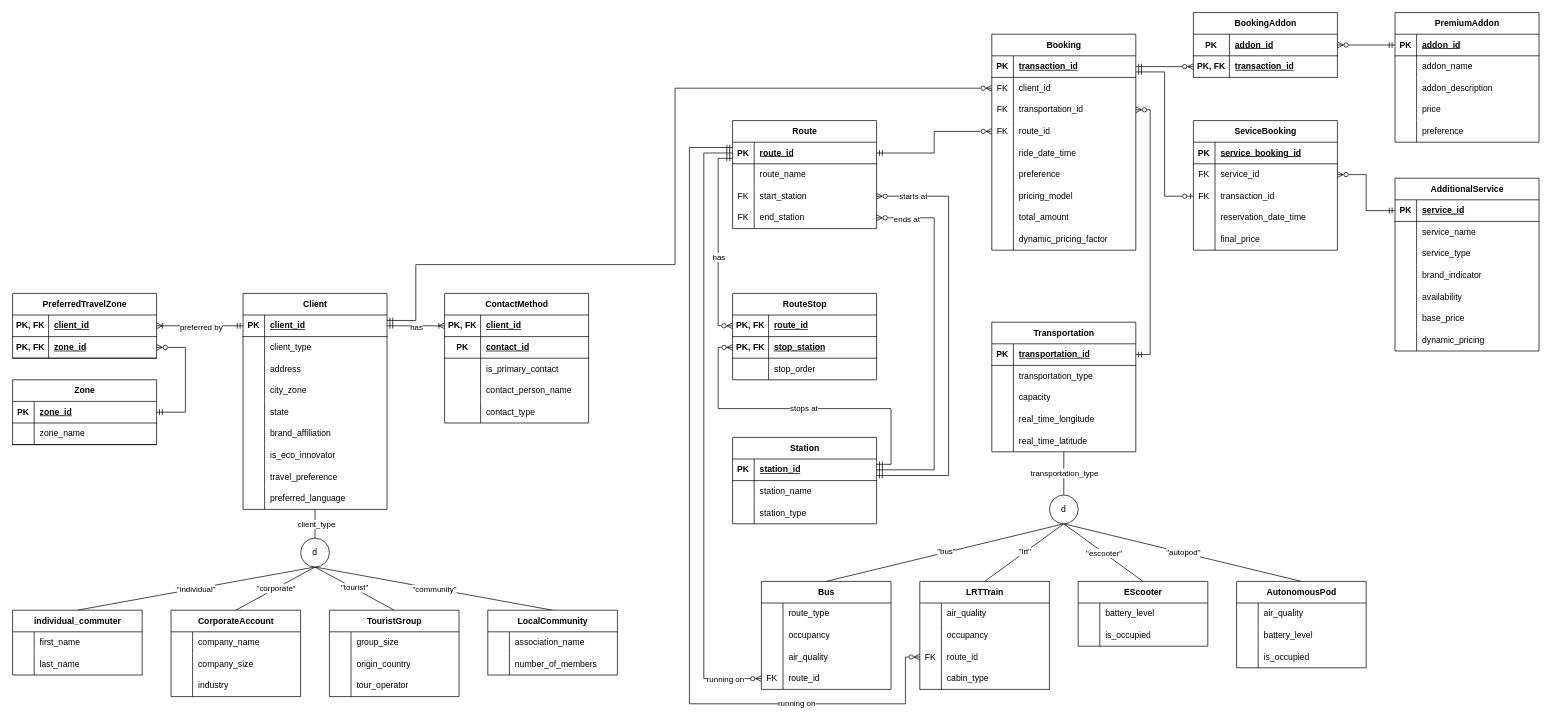
Above: GROUP_ASSIGNMENT.drawio in melvinchia3636/erd (draw.io), before the change. Source tidied: cells renumbered, new cells numbered last; positions are measured from the earlier drawing's top-left corner, leaving out a move shared by most shapes. Both pictures are drawn from the tidied source at 72%, with x=0, y=0 at pixel (12, 12).
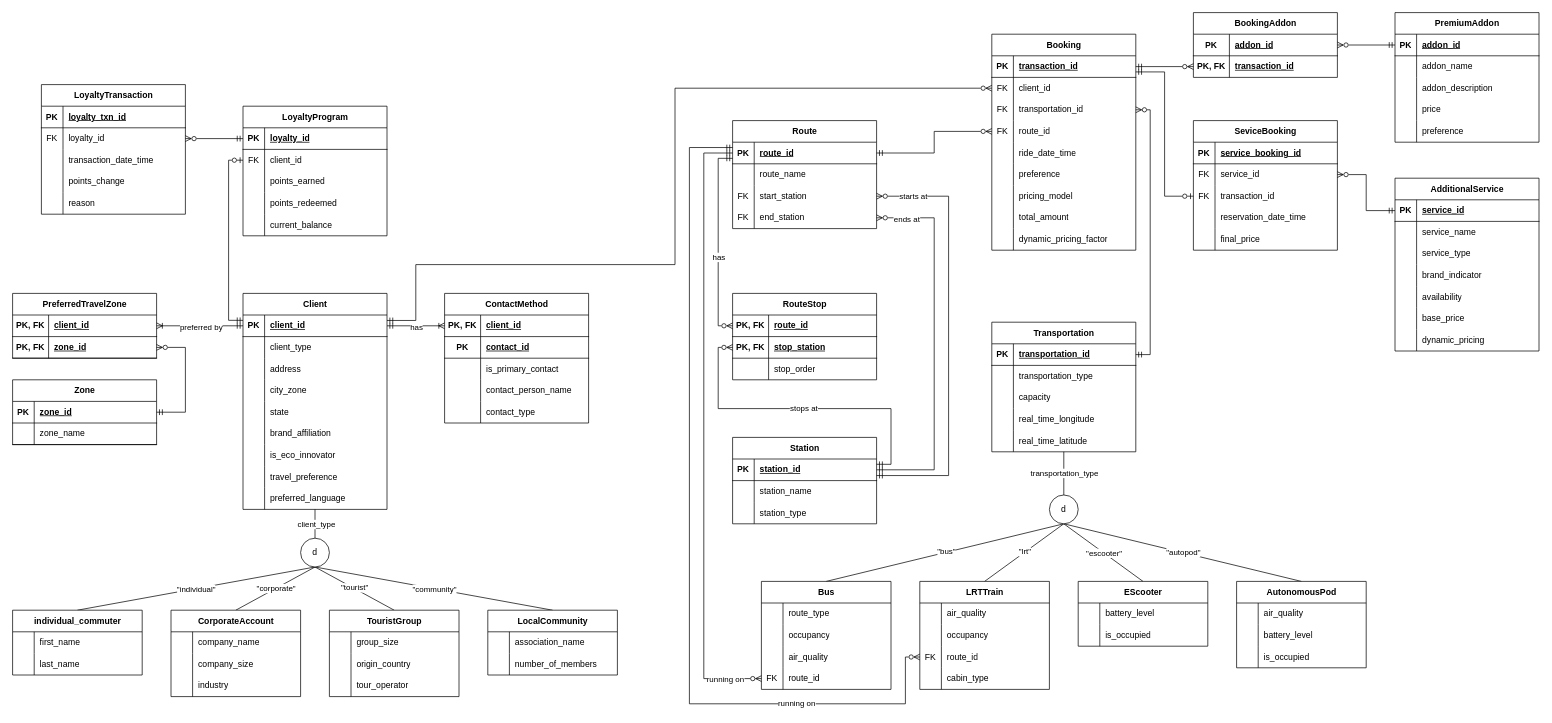
After the change.

Unchanged cells that the change refers to:
```xml
<mxCell id="5" style="shape=tableRow;horizontal=0;startSize=0;swimlaneHead=0;swimlaneBody=0;fillColor=none;points=[[0,0.5],[1,0.5]];portConstraint=eastwest;top=0;left=0;right=0;bottom=1;" parent="4" vertex="1">
  <mxGeometry y="30" width="200" height="30" as="geometry" />
</mxCell>
```

What changed in the source:
```diff
@@
+    <mxCell id="321" value="LoyaltyProgram" style="shape=table;startSize=30;childLayout=tableLayout;rowLines=0;fontStyle=1;align=center;html=1;" parent="1" vertex="1">
+      <mxGeometry x="320" y="130" width="200" height="180" as="geometry" />
+    </mxCell>
+    <mxCell id="322" style="shape=tableRow;horizontal=0;startSize=0;swimlaneHead=0;swimlaneBody=0;fillColor=none;points=[[0,0.5],[1,0.5]];portConstraint=eastwest;top=0;left=0;right=0;bottom=1;" parent="321" vertex="1">
+      <mxGeometry y="30" width="200" height="30" as="geometry" />
+    </mxCell>
+    <mxCell id="323" value="PK" style="shape=partialRectangle;fillColor=none;top=0;left=0;bottom=0;right=0;fontStyle=1;overflow=hidden;whiteSpace=wrap;html=1;" parent="322" vertex="1">
+      <mxGeometry width="30" height="30" as="geometry" />
+    </mxCell>
+    <mxCell id="324" value="loyalty_id" style="shape=partialRectangle;fillColor=none;top=0;left=0;bottom=0;right=0;align=left;spacingLeft=6;fontStyle=5;overflow=hidden;whiteSpace=wrap;html=1;" parent="322" vertex="1">
+      <mxGeometry x="30" width="170" height="30" as="geometry" />
+    </mxCell>
+    <mxCell id="325" style="shape=tableRow;horizontal=0;startSize=0;swimlaneHead=0;swimlaneBody=0;fillColor=none;points=[[0,0.5],[1,0.5]];portConstraint=eastwest;top=0;left=0;right=0;bottom=0;" parent="321" vertex="1">
+      <mxGeometry y="60" width="200" height="30" as="geometry" />
+    </mxCell>
+    <mxCell id="326" value="FK" style="shape=partialRectangle;fillColor=none;top=0;left=0;bottom=0;right=0;overflow=hidden;whiteSpace=wrap;html=1;" parent="325" vertex="1">
+      <mxGeometry width="30" height="30" as="geometry" />
+    </mxCell>
+    <mxCell id="327" value="client_id" style="shape=partialRectangle;fillColor=none;top=0;left=0;bottom=0;right=0;align=left;spacingLeft=6;overflow=hidden;whiteSpace=wrap;html=1;" parent="325" vertex="1">
+      <mxGeometry x="30" width="170" height="30" as="geometry" />
+    </mxCell>
+    <mxCell id="328" style="shape=tableRow;horizontal=0;startSize=0;swimlaneHead=0;swimlaneBody=0;fillColor=none;top=0;left=0;right=0;bottom=0;" parent="321" vertex="1">
+      <mxGeometry y="90" width="200" height="30" as="geometry" />
+    </mxCell>
+    <mxCell id="329" style="shape=partialRectangle;fillColor=none;top=0;left=0;bottom=0;right=0;overflow=hidden;whiteSpace=wrap;html=1;" parent="328" vertex="1">
+      <mxGeometry width="30" height="30" as="geometry" />
+    </mxCell>
+    <mxCell id="330" value="points_earned" style="shape=partialRectangle;fillColor=none;top=0;left=0;bottom=0;right=0;align=left;spacingLeft=6;overflow=hidden;whiteSpace=wrap;html=1;" parent="328" vertex="1">
+      <mxGeometry x="30" width="170" height="30" as="geometry" />
+    </mxCell>
+    <mxCell id="331" style="shape=tableRow;horizontal=0;startSize=0;swimlaneHead=0;swimlaneBody=0;fillColor=none;top=0;left=0;right=0;bottom=0;" parent="321" vertex="1">
+      <mxGeometry y="120" width="200" height="30" as="geometry" />
+    </mxCell>
+    <mxCell id="332" style="shape=partialRectangle;fillColor=none;top=0;left=0;bottom=0;right=0;overflow=hidden;whiteSpace=wrap;html=1;" parent="331" vertex="1">
+      <mxGeometry width="30" height="30" as="geometry" />
+    </mxCell>
+    <mxCell id="333" value="points_redeemed" style="shape=partialRectangle;fillColor=none;top=0;left=0;bottom=0;right=0;align=left;spacingLeft=6;overflow=hidden;whiteSpace=wrap;html=1;" parent="331" vertex="1">
+      <mxGeometry x="30" width="170" height="30" as="geometry" />
+    </mxCell>
+    <mxCell id="334" style="shape=tableRow;horizontal=0;startSize=0;swimlaneHead=0;swimlaneBody=0;fillColor=none;top=0;left=0;right=0;bottom=0;" parent="321" vertex="1">
+      <mxGeometry y="150" width="200" height="30" as="geometry" />
+    </mxCell>
+    <mxCell id="335" style="shape=partialRectangle;fillColor=none;top=0;left=0;bottom=0;right=0;overflow=hidden;whiteSpace=wrap;html=1;" parent="334" vertex="1">
+      <mxGeometry width="30" height="30" as="geometry" />
+    </mxCell>
+    <mxCell id="336" value="current_balance" style="shape=partialRectangle;fillColor=none;top=0;left=0;bottom=0;right=0;align=left;spacingLeft=6;overflow=hidden;whiteSpace=wrap;html=1;" parent="334" vertex="1">
+      <mxGeometry x="30" width="170" height="30" as="geometry" />
+    </mxCell>
+    <mxCell id="337" value="LoyaltyTransaction" style="shape=table;startSize=30;childLayout=tableLayout;rowLines=0;fontStyle=1;align=center;html=1;" parent="1" vertex="1">
+      <mxGeometry x="40" y="100" width="200" height="180" as="geometry" />
+    </mxCell>
+    <mxCell id="338" style="shape=tableRow;horizontal=0;startSize=0;swimlaneHead=0;swimlaneBody=0;fillColor=none;top=0;left=0;right=0;bottom=1;" parent="337" vertex="1">
+      <mxGeometry y="30" width="200" height="30" as="geometry" />
+    </mxCell>
+    <mxCell id="339" value="PK" style="shape=partialRectangle;fillColor=none;top=0;left=0;bottom=0;right=0;fontStyle=1;overflow=hidden;whiteSpace=wrap;html=1;" parent="338" vertex="1">
+      <mxGeometry width="30" height="30" as="geometry" />
+    </mxCell>
+    <mxCell id="340" value="loyalty_txn_id" style="shape=partialRectangle;fillColor=none;top=0;left=0;bottom=0;right=0;align=left;spacingLeft=6;fontStyle=5;overflow=hidden;whiteSpace=wrap;html=1;" parent="338" vertex="1">
+      <mxGeometry x="30" width="170" height="30" as="geometry" />
+    </mxCell>
+    <mxCell id="341" style="shape=tableRow;horizontal=0;startSize=0;swimlaneHead=0;swimlaneBody=0;fillColor=none;top=0;left=0;right=0;bottom=0;" parent="337" vertex="1">
+      <mxGeometry y="60" width="200" height="30" as="geometry" />
+    </mxCell>
+    <mxCell id="342" value="FK" style="shape=partialRectangle;fillColor=none;top=0;left=0;bottom=0;right=0;overflow=hidden;whiteSpace=wrap;html=1;" parent="341" vertex="1">
+      <mxGeometry width="30" height="30" as="geometry" />
+    </mxCell>
+    <mxCell id="343" value="loyalty_id" style="shape=partialRectangle;fillColor=none;top=0;left=0;bottom=0;right=0;align=left;spacingLeft=6;overflow=hidden;whiteSpace=wrap;html=1;" parent="341" vertex="1">
+      <mxGeometry x="30" width="170" height="30" as="geometry" />
+    </mxCell>
+    <mxCell id="344" style="shape=tableRow;horizontal=0;startSize=0;swimlaneHead=0;swimlaneBody=0;fillColor=none;top=0;left=0;right=0;bottom=0;" parent="337" vertex="1">
+      <mxGeometry y="90" width="200" height="30" as="geometry" />
+    </mxCell>
+    <mxCell id="345" style="shape=partialRectangle;fillColor=none;top=0;left=0;bottom=0;right=0;overflow=hidden;whiteSpace=wrap;html=1;" parent="344" vertex="1">
+      <mxGeometry width="30" height="30" as="geometry" />
+    </mxCell>
+    <mxCell id="346" value="transaction_date_time" style="shape=partialRectangle;fillColor=none;top=0;left=0;bottom=0;right=0;align=left;spacingLeft=6;overflow=hidden;whiteSpace=wrap;html=1;" parent="344" vertex="1">
+      <mxGeometry x="30" width="170" height="30" as="geometry" />
+    </mxCell>
+    <mxCell id="347" style="shape=tableRow;horizontal=0;startSize=0;swimlaneHead=0;swimlaneBody=0;fillColor=none;top=0;left=0;right=0;bottom=0;" parent="337" vertex="1">
+      <mxGeometry y="120" width="200" height="30" as="geometry" />
+    </mxCell>
+    <mxCell id="348" style="shape=partialRectangle;fillColor=none;top=0;left=0;bottom=0;right=0;overflow=hidden;whiteSpace=wrap;html=1;" parent="347" vertex="1">
+      <mxGeometry width="30" height="30" as="geometry" />
+    </mxCell>
+    <mxCell id="349" value="points_change" style="shape=partialRectangle;fillColor=none;top=0;left=0;bottom=0;right=0;align=left;spacingLeft=6;overflow=hidden;whiteSpace=wrap;html=1;" parent="347" vertex="1">
+      <mxGeometry x="30" width="170" height="30" as="geometry" />
+    </mxCell>
+    <mxCell id="350" style="shape=tableRow;horizontal=0;startSize=0;swimlaneHead=0;swimlaneBody=0;fillColor=none;top=0;left=0;right=0;bottom=0;" parent="337" vertex="1">
+      <mxGeometry y="150" width="200" height="30" as="geometry" />
+    </mxCell>
+    <mxCell id="351" style="shape=partialRectangle;fillColor=none;top=0;left=0;bottom=0;right=0;overflow=hidden;whiteSpace=wrap;html=1;" parent="350" vertex="1">
+      <mxGeometry width="30" height="30" as="geometry" />
+    </mxCell>
+    <mxCell id="352" value="reason" style="shape=partialRectangle;fillColor=none;top=0;left=0;bottom=0;right=0;align=left;spacingLeft=6;overflow=hidden;whiteSpace=wrap;html=1;" parent="350" vertex="1">
+      <mxGeometry x="30" width="170" height="30" as="geometry" />
+    </mxCell>
+    <mxCell id="353" style="edgeStyle=orthogonalEdgeStyle;rounded=0;jettySize=auto;html=1;entryX=0;entryY=0.5;entryDx=0;entryDy=0;endArrow=ERmandOne;endFill=0;startArrow=ERzeroToMany;startFill=0;" parent="1" edge="1" source="343" target="322">
+      <mxGeometry relative="1" as="geometry" />
+    </mxCell>
+    <mxCell id="354" style="edgeStyle=orthogonalEdgeStyle;rounded=0;jettySize=auto;html=1;entryX=0;entryY=0.248;entryDx=0;entryDy=0;entryPerimeter=0;startArrow=ERzeroToOne;startFill=0;endArrow=ERmandOne;endFill=0;" parent="1" edge="1" source="325" target="5">
+      <mxGeometry relative="1" as="geometry" />
+    </mxCell>
```
